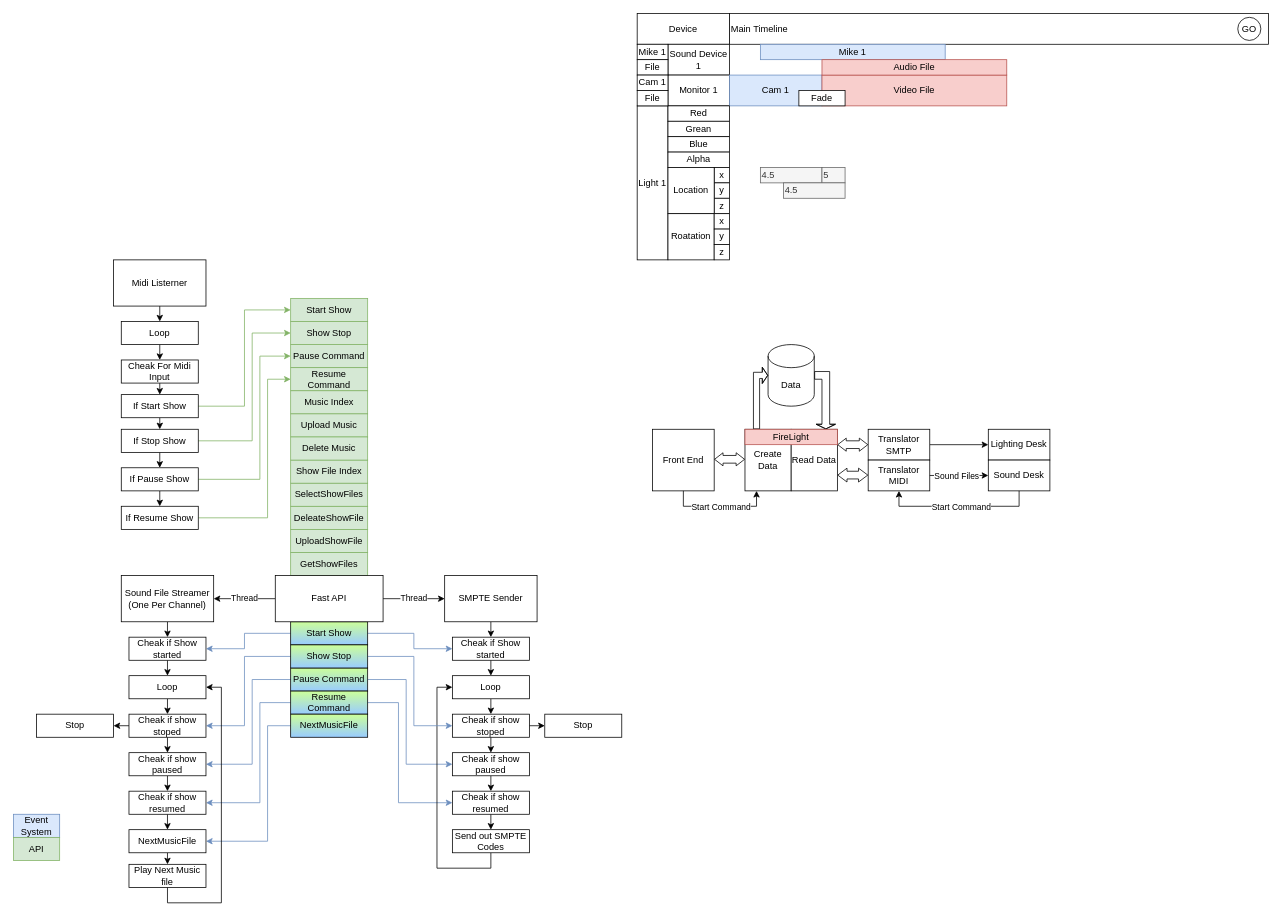
Earlier version of the draw.io diagram Mood Board.drawio (Firelight-Stage-Systems/Firelight-Stage-Systems). Source tidied: cells renumbered, new cells numbered last; positions are measured from the earlier drawing's top-left corner, leaving out a move shared by most shapes. Both pictures are drawn from the tidied source at 77%, with x=0, y=0 at pixel (13, 13).
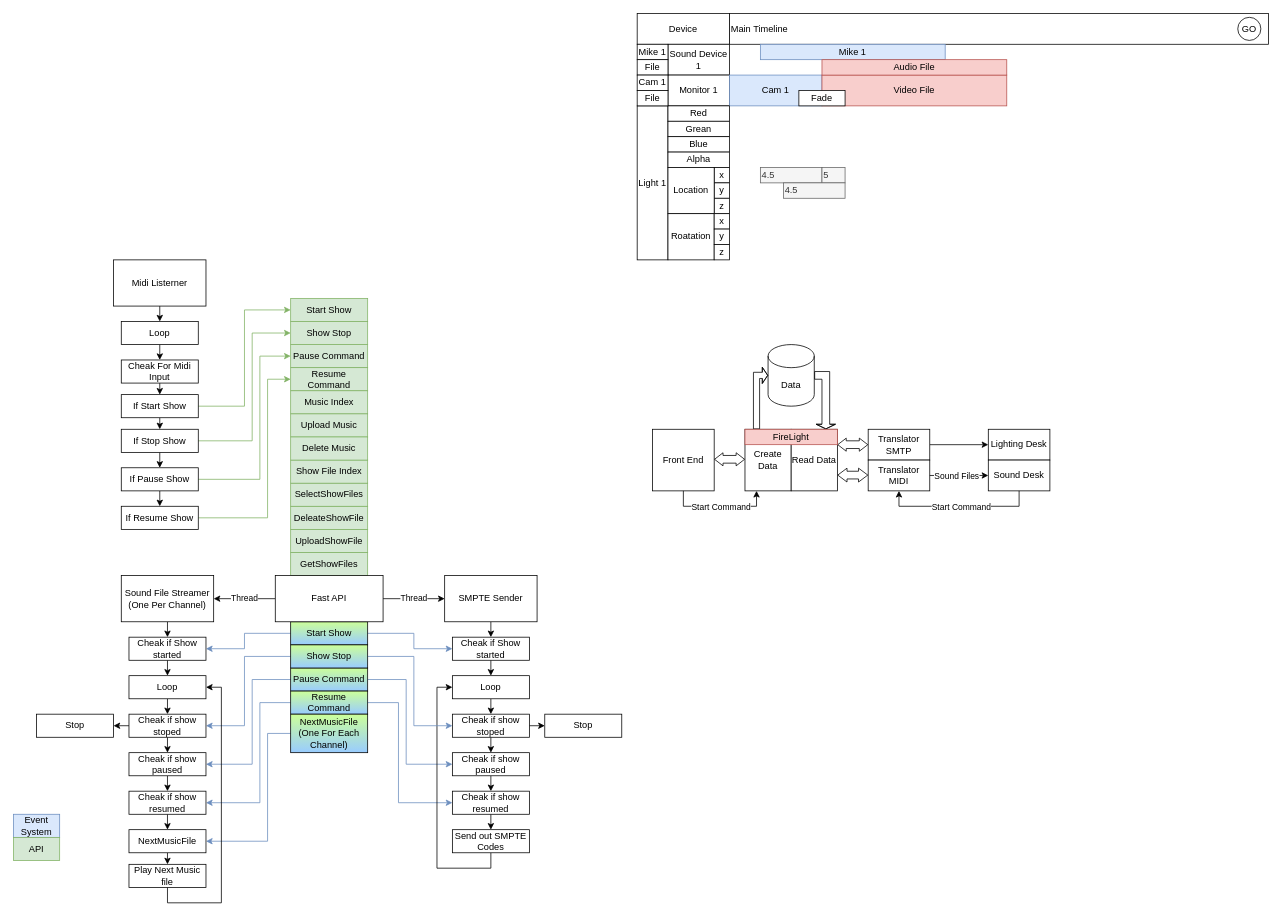
The same page after the edit.

Commit message:
Make Communication Method clearere

Unchanged cells that the change refers to:
```xml
<mxCell id="100" value="NextMusicFile" style="rounded=0;whiteSpace=wrap;html=1;" parent="1" vertex="1">
  <mxGeometry x="150" y="1060" width="100" height="30" as="geometry" />
</mxCell>
```

Diff of the diagram source:
```diff
@@
     <mxCell id="83" style="edgeStyle=orthogonalEdgeStyle;rounded=0;jettySize=auto;html=1;exitX=0;exitY=0.5;exitDx=0;exitDy=0;entryX=1;entryY=0.5;entryDx=0;entryDy=0;fillColor=#dae8fc;strokeColor=#6c8ebf;" parent="1" edge="1" source="84" target="100">
       <mxGeometry relative="1" as="geometry">
         <Array as="points">
-          <mxPoint x="330" y="925" />
+          <mxPoint x="330" y="935" />
           <mxPoint x="330" y="1075" />
         </Array>
       </mxGeometry>
     </mxCell>
-    <mxCell id="84" value="NextMusicFile" style="rounded=0;whiteSpace=wrap;html=1;gradientColor=#99CCFF;fillColor=#CCFF99;" parent="1" vertex="1">
-      <mxGeometry x="360" y="910" width="100" height="30" as="geometry" />
+    <mxCell id="84" value="&lt;div&gt;NextMusicFile&lt;/div&gt;(One For Each Channel)" style="rounded=0;whiteSpace=wrap;html=1;gradientColor=#99CCFF;fillColor=#CCFF99;" parent="1" vertex="1">
+      <mxGeometry x="360" y="910" width="100" height="50" as="geometry" />
     </mxCell>
```
